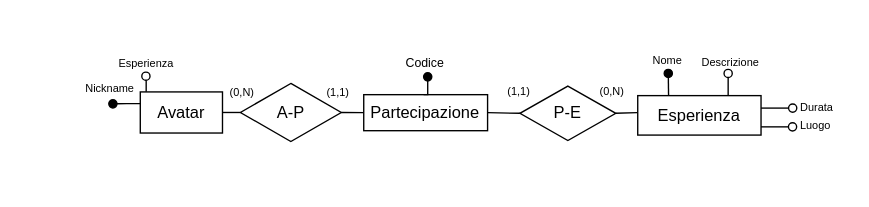
pnocerino/BasiDiDati keeps this draw.io diagram as WP1/Pattern/Relazione Binaria Partecipazione/RelazioneBinariaPartecipazioneDopo.drawio. Above is the earlier version. Source tidied: cells renumbered, new cells numbered last; positions are measured from the earlier drawing's top-left corner, leaving out a move shared by most shapes. Both pictures are drawn from the tidied source at 137%, with x=0, y=0 at pixel (89, 45).
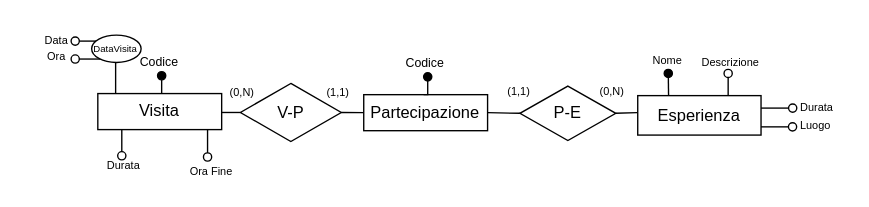
The same diagram, later.

The edit, as a diff of the source:
```diff
@@
-    <mxCell id="14" value="Avatar" style="whiteSpace=wrap;html=1;align=center;" parent="1" vertex="1">
-      <mxGeometry x="36.9" y="33.6" width="60" height="30" as="geometry" />
-    </mxCell>
-    <mxCell id="15" value="&lt;font style=&quot;font-size: 8px;&quot;&gt;Esperienza&lt;/font&gt;" style="text;html=1;align=center;verticalAlign=middle;whiteSpace=wrap;rounded=1;strokeColor=none;" parent="1" vertex="1">
-      <mxGeometry x="17" y="0.1" width="49" height="23" as="geometry" />
-    </mxCell>
-    <mxCell id="16" style="edgeStyle=orthogonalEdgeStyle;rounded=0;orthogonalLoop=1;jettySize=auto;html=1;exitX=0;exitY=0.25;exitDx=0;exitDy=0;endArrow=oval;endFill=1;" parent="1" edge="1">
-      <mxGeometry relative="1" as="geometry">
-        <mxPoint x="36.9" y="42.1" as="sourcePoint" />
-        <mxPoint x="16.9" y="42.3" as="targetPoint" />
-        <Array as="points">
-          <mxPoint x="26.9" y="42.3" />
-        </Array>
-      </mxGeometry>
-    </mxCell>
-    <mxCell id="17" value="&lt;font style=&quot;font-size: 8px;&quot;&gt;Nickname&lt;/font&gt;" style="text;html=1;align=center;verticalAlign=middle;whiteSpace=wrap;rounded=1;strokeColor=none;" parent="1" vertex="1">
-      <mxGeometry y="18.6" width="30" height="23.5" as="geometry" />
-    </mxCell>
-    <mxCell id="18" style="edgeStyle=orthogonalEdgeStyle;rounded=0;orthogonalLoop=1;jettySize=auto;html=1;exitX=0.152;exitY=-0.053;exitDx=0;exitDy=0;endArrow=oval;endFill=0;exitPerimeter=0;" parent="1" edge="1">
-      <mxGeometry relative="1" as="geometry">
-        <mxPoint x="41.2" y="33.5" as="sourcePoint" />
-        <mxPoint x="41" y="22.1" as="targetPoint" />
-        <Array as="points">
-          <mxPoint x="41.2" y="26.1" />
-        </Array>
-      </mxGeometry>
-    </mxCell>
-    <mxCell id="19" value="A-P" style="shape=rhombus;perimeter=rhombusPerimeter;whiteSpace=wrap;html=1;align=center;" parent="1" vertex="1">
+    <mxCell id="19" value="V-P" style="shape=rhombus;perimeter=rhombusPerimeter;whiteSpace=wrap;html=1;align=center;" parent="1" vertex="1">
       <mxGeometry x="110" y="27.4" width="73.6" height="42.4" as="geometry" />
     </mxCell>
@@
+    <mxCell id="29" value="&lt;font style=&quot;font-size: 8px;&quot;&gt;Ora&lt;/font&gt;" style="text;html=1;align=center;verticalAlign=middle;whiteSpace=wrap;rounded=1;strokeColor=none;glass=0;" parent="1" vertex="1">
+      <mxGeometry x="-48.6" y="-0.3" width="50" height="15" as="geometry" />
+    </mxCell>
+    <mxCell id="30" value="&lt;font style=&quot;font-size: 8px;&quot;&gt;Ora Fine&lt;/font&gt;" style="text;html=1;align=center;verticalAlign=middle;whiteSpace=wrap;rounded=1;strokeColor=none;glass=0;" parent="1" vertex="1">
+      <mxGeometry x="68" y="81" width="42" height="19" as="geometry" />
+    </mxCell>
+    <mxCell id="31" value="&lt;font style=&quot;font-size: 8px;&quot;&gt;Data&lt;/font&gt;" style="text;html=1;align=center;verticalAlign=middle;whiteSpace=wrap;rounded=1;strokeColor=none;glass=0;" parent="1" vertex="1">
+      <mxGeometry x="-48.6" y="-12.9" width="50" height="15" as="geometry" />
+    </mxCell>
+    <mxCell id="32" style="edgeStyle=orthogonalEdgeStyle;rounded=0;orthogonalLoop=1;jettySize=auto;html=1;exitX=0;exitY=0;exitDx=0;exitDy=0;endArrow=oval;endFill=0;" parent="1" edge="1">
+      <mxGeometry relative="1" as="geometry">
+        <mxPoint x="8.8" y="-3.5" as="sourcePoint" />
+        <mxPoint x="-10.6" y="-3.5" as="targetPoint" />
+      </mxGeometry>
+    </mxCell>
+    <mxCell id="33" style="edgeStyle=orthogonalEdgeStyle;rounded=0;orthogonalLoop=1;jettySize=auto;html=1;endArrow=oval;endFill=0;" parent="1" edge="1">
+      <mxGeometry relative="1" as="geometry">
+        <mxPoint x="9.4" y="9.6" as="sourcePoint" />
+        <mxPoint x="-10.6" y="9.6" as="targetPoint" />
+      </mxGeometry>
+    </mxCell>
+    <mxCell id="34" style="endArrow=none;html=1;rounded=0;entryX=0.551;entryY=1.003;entryDx=0;entryDy=0;entryPerimeter=0;" parent="1" edge="1">
+      <mxGeometry relative="1" as="geometry">
+        <mxPoint x="18.9" y="35.2" as="sourcePoint" />
+        <mxPoint x="18.9" y="12.2" as="targetPoint" />
+      </mxGeometry>
+    </mxCell>
+    <mxCell id="35" value="&lt;p style=&quot;line-height: 110%;&quot;&gt;&lt;font style=&quot;font-size: 7px;&quot;&gt;DataVisita&lt;/font&gt;&lt;/p&gt;" style="ellipse;whiteSpace=wrap;html=1;" parent="1" vertex="1">
+      <mxGeometry x="1.4" y="-7.9" width="36.1" height="20" as="geometry" />
+    </mxCell>
+    <mxCell id="36" style="edgeStyle=orthogonalEdgeStyle;rounded=0;orthogonalLoop=1;jettySize=auto;html=1;exitX=1;exitY=0.5;exitDx=0;exitDy=0;endArrow=oval;endFill=0;" parent="1" edge="1">
+      <mxGeometry relative="1" as="geometry">
+        <mxPoint x="85.9" y="61.1" as="sourcePoint" />
+        <mxPoint x="86" y="81.1" as="targetPoint" />
+        <Array as="points">
+          <mxPoint x="86" y="81.1" />
+        </Array>
+      </mxGeometry>
+    </mxCell>
+    <mxCell id="37" value="&lt;font style=&quot;font-size: 8px;&quot;&gt;Durata&lt;/font&gt;" style="text;html=1;align=center;verticalAlign=middle;whiteSpace=wrap;rounded=1;strokeColor=none;glass=0;" parent="1" vertex="1">
+      <mxGeometry x="-0.5" y="77.1" width="50" height="17" as="geometry" />
+    </mxCell>
+    <mxCell id="38" style="edgeStyle=orthogonalEdgeStyle;rounded=0;orthogonalLoop=1;jettySize=auto;html=1;exitX=1;exitY=0.5;exitDx=0;exitDy=0;endArrow=oval;endFill=0;" parent="1" edge="1">
+      <mxGeometry relative="1" as="geometry">
+        <mxPoint x="23" y="59.7" as="sourcePoint" />
+        <mxPoint x="23.4" y="80.2" as="targetPoint" />
+        <Array as="points">
+          <mxPoint x="23" y="79.7" />
+        </Array>
+      </mxGeometry>
+    </mxCell>
+    <mxCell id="39" style="edgeStyle=orthogonalEdgeStyle;rounded=0;orthogonalLoop=1;jettySize=auto;html=1;exitX=0.25;exitY=0;exitDx=0;exitDy=0;entryX=0.842;entryY=1.009;entryDx=0;entryDy=0;entryPerimeter=0;endArrow=oval;endFill=1;" parent="1" edge="1">
+      <mxGeometry relative="1" as="geometry">
+        <mxPoint x="49.5" y="34.8" as="sourcePoint" />
+        <mxPoint x="52.5" y="21.8" as="targetPoint" />
+      </mxGeometry>
+    </mxCell>
+    <mxCell id="40" value="&lt;font style=&quot;font-size: 9px;&quot;&gt;Codice&lt;/font&gt;" style="text;html=1;align=center;verticalAlign=middle;whiteSpace=wrap;rounded=0;" parent="1" vertex="1">
+      <mxGeometry x="31" y="2.1" width="40" height="17.3" as="geometry" />
+    </mxCell>
+    <mxCell id="41" value="Visita" style="whiteSpace=wrap;html=1;align=center;" parent="1" vertex="1">
+      <mxGeometry x="5.9" y="34.8" width="90.4" height="26.3" as="geometry" />
+    </mxCell>
```
